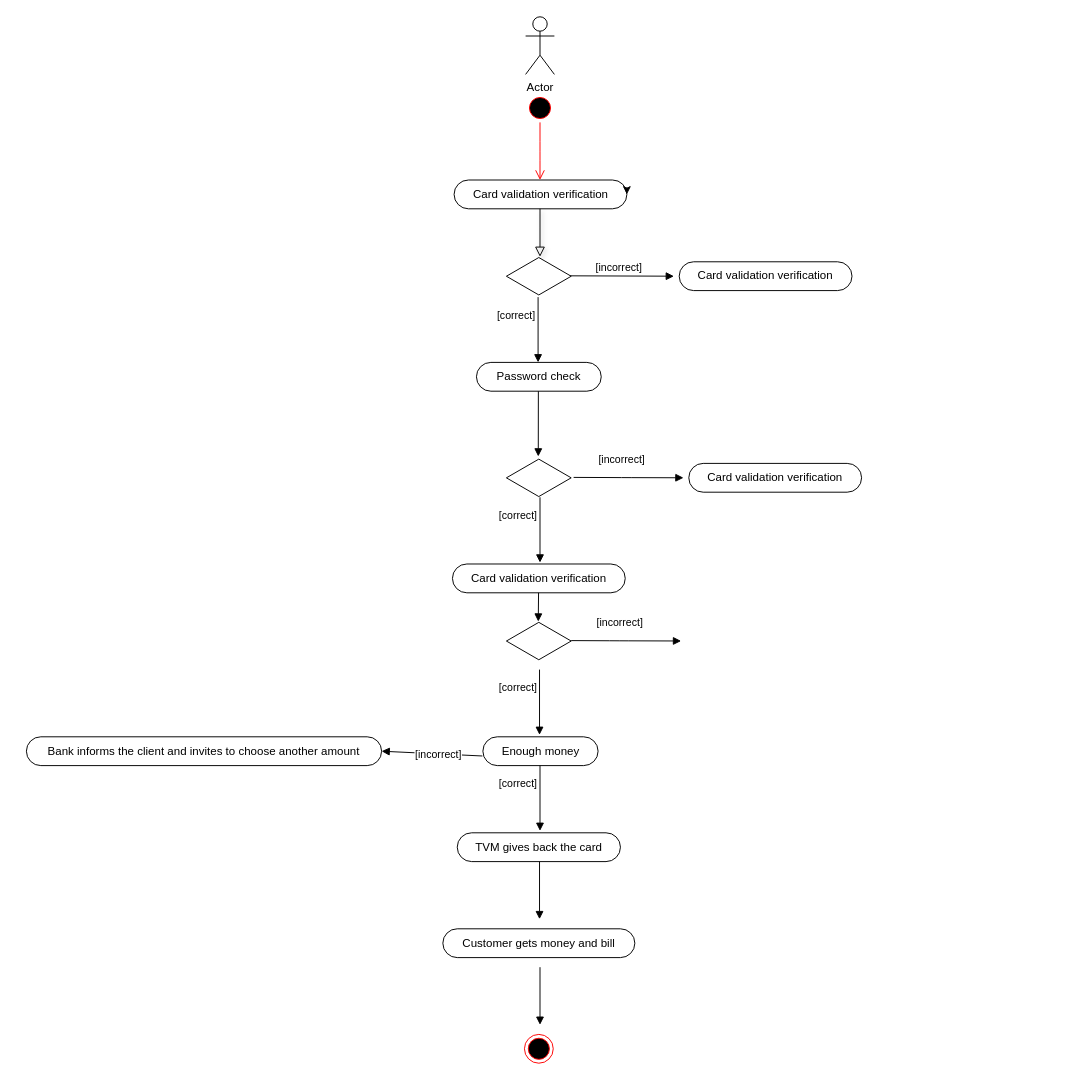
Earlier version of the draw.io diagram Untitled Diagram.drawio (IuliiaCOLUSSI/ALL). Source tidied: cells renumbered, new cells numbered last; positions are measured from the earlier drawing's top-left corner, leaving out a move shared by most shapes. Both pictures are drawn from the tidied source at 96%, with x=0, y=0 at pixel (26, 16).
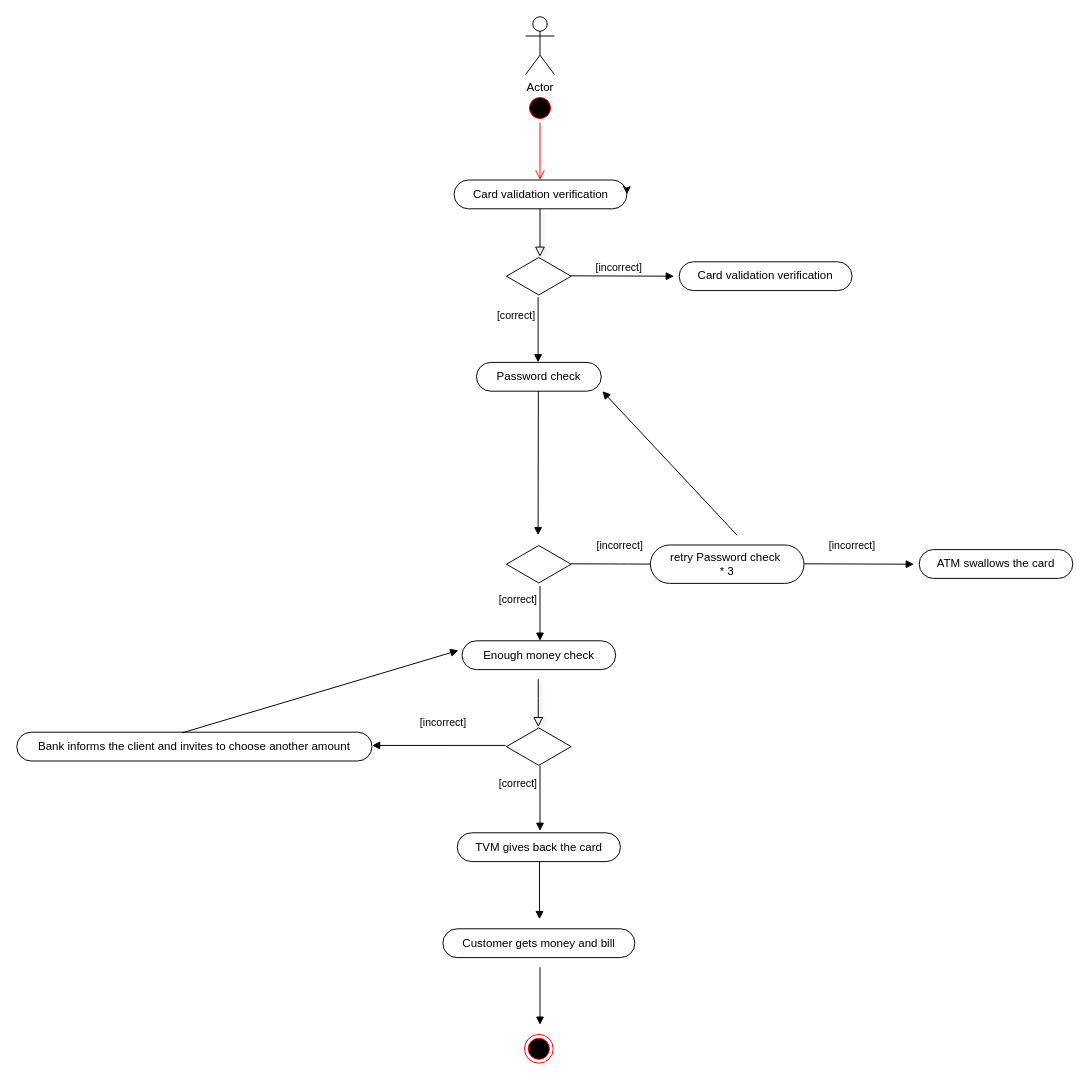
After the change.

Change to the diagram source:
```diff
@@
     <mxCell id="12" style="html=1;verticalAlign=bottom;endArrow=block;exitX=0.489;exitY=1.037;exitDx=0;exitDy=0;exitPerimeter=0;" parent="1" edge="1">
       <mxGeometry x="-0.18" y="-23" relative="1" as="geometry">
         <mxPoint x="533.3" y="390" as="sourcePoint" />
-        <mxPoint x="533.2" y="458" as="targetPoint" />
+        <mxPoint x="533" y="540" as="targetPoint" />
       </mxGeometry>
     </mxCell>
     <mxCell id="13" value="&lt;span style=&quot;color: rgb(0 , 0 , 0) ; font-family: &amp;#34;helvetica&amp;#34; ; font-size: 11px ; font-style: normal ; font-weight: 400 ; letter-spacing: normal ; text-align: center ; text-indent: 0px ; text-transform: none ; word-spacing: 0px ; background-color: rgb(255 , 255 , 255) ; display: inline ; float: none&quot;&gt;[incorrect]&lt;/span&gt;" style="html=1;verticalAlign=bottom;endArrow=block;" parent="1" edge="1">
       <mxGeometry x="-0.13" y="10" relative="1" as="geometry">
-        <mxPoint x="570" y="479.8" as="sourcePoint" />
-        <mxPoint x="684.5" y="480.2" as="targetPoint" />
+        <mxPoint x="567.5" y="569.8" as="sourcePoint" />
+        <mxPoint x="682" y="570.2" as="targetPoint" />
         <Array as="points">
-          <mxPoint x="620" y="480" />
+          <mxPoint x="617.5" y="570" />
         </Array>
       </mxGeometry>
     </mxCell>
     <mxCell id="14" style="html=1;whiteSpace=wrap;shape=isoRectangle;" parent="1" vertex="1">
-      <mxGeometry x="500" y="460" width="67.5" height="40.5" as="geometry" />
+      <mxGeometry x="500" y="550" width="67.5" height="40.5" as="geometry" />
     </mxCell>
-    <mxCell id="15" value="&lt;span style=&quot;color: rgb(0, 0, 0); font-family: helvetica; font-size: 11px; font-style: normal; font-weight: 400; letter-spacing: normal; text-align: center; text-indent: 0px; text-transform: none; word-spacing: 0px; background-color: rgb(255, 255, 255); display: inline; float: none;&quot;&gt;[correct]&lt;/span&gt;" style="html=1;verticalAlign=bottom;endArrow=block;exitX=0.489;exitY=1.037;exitDx=0;exitDy=0;exitPerimeter=0;" parent="1" edge="1">
-      <mxGeometry x="-0.18" y="-23" relative="1" as="geometry">
-        <mxPoint x="535" y="500.5" as="sourcePoint" />
-        <mxPoint x="535" y="568.5" as="targetPoint" />
-      </mxGeometry>
-    </mxCell>
@@
-    <mxCell id="17" value="Card validation verification" style="whiteSpace=wrap;html=1;rounded=1;arcSize=50;align=center;verticalAlign=middle;strokeWidth=1;spacing=4;newEdgeStyle={&quot;edgeStyle&quot;:&quot;entityRelationEdgeStyle&quot;,&quot;startArrow&quot;:&quot;none&quot;,&quot;endArrow&quot;:&quot;none&quot;,&quot;segment&quot;:10,&quot;curved&quot;:1};" parent="1" vertex="1">
-      <mxGeometry x="690" y="465.2" width="180" height="30" as="geometry" />
+    <mxCell id="17" value="retry Password check&amp;nbsp;&lt;br&gt;* 3" style="whiteSpace=wrap;html=1;rounded=1;arcSize=50;align=center;verticalAlign=middle;strokeWidth=1;spacing=4;newEdgeStyle={&quot;edgeStyle&quot;:&quot;entityRelationEdgeStyle&quot;,&quot;startArrow&quot;:&quot;none&quot;,&quot;endArrow&quot;:&quot;none&quot;,&quot;segment&quot;:10,&quot;curved&quot;:1};" parent="1" vertex="1">
+      <mxGeometry x="650" y="550.2" width="160" height="40" as="geometry" />
     </mxCell>
-    <mxCell id="18" value="Card validation verification" style="whiteSpace=wrap;html=1;rounded=1;arcSize=50;align=center;verticalAlign=middle;strokeWidth=1;spacing=4;newEdgeStyle={&quot;edgeStyle&quot;:&quot;entityRelationEdgeStyle&quot;,&quot;startArrow&quot;:&quot;none&quot;,&quot;endArrow&quot;:&quot;none&quot;,&quot;segment&quot;:10,&quot;curved&quot;:1};" parent="1" vertex="1">
-      <mxGeometry x="443.8" y="570" width="180" height="30" as="geometry" />
-    </mxCell>
-    <mxCell id="19" value="&lt;span style=&quot;color: rgb(0 , 0 , 0) ; font-family: &amp;#34;helvetica&amp;#34; ; font-size: 11px ; font-style: normal ; font-weight: 400 ; letter-spacing: normal ; text-align: center ; text-indent: 0px ; text-transform: none ; word-spacing: 0px ; background-color: rgb(255 , 255 , 255) ; display: inline ; float: none&quot;&gt;[incorrect]&lt;/span&gt;" style="html=1;verticalAlign=bottom;endArrow=block;" parent="1" edge="1">
-      <mxGeometry x="-0.13" y="10" relative="1" as="geometry">
-        <mxPoint x="567.5" y="649.8" as="sourcePoint" />
-        <mxPoint x="682" y="650.2" as="targetPoint" />
-        <Array as="points">
-          <mxPoint x="617.5" y="650" />
-        </Array>
-      </mxGeometry>
-    </mxCell>
-    <mxCell id="20" style="html=1;whiteSpace=wrap;shape=isoRectangle;" parent="1" vertex="1">
-      <mxGeometry x="500" y="630" width="67.5" height="40.5" as="geometry" />
-    </mxCell>
-    <mxCell id="21" value="&lt;span style=&quot;color: rgb(0, 0, 0); font-family: helvetica; font-size: 11px; font-style: normal; font-weight: 400; letter-spacing: normal; text-align: center; text-indent: 0px; text-transform: none; word-spacing: 0px; background-color: rgb(255, 255, 255); display: inline; float: none;&quot;&gt;[correct]&lt;/span&gt;" style="html=1;verticalAlign=bottom;endArrow=block;exitX=0.489;exitY=1.037;exitDx=0;exitDy=0;exitPerimeter=0;" parent="1" edge="1">
+    <mxCell id="21" value="&lt;span style=&quot;color: rgb(0, 0, 0); font-family: helvetica; font-size: 11px; font-style: normal; font-weight: 400; letter-spacing: normal; text-align: center; text-indent: 0px; text-transform: none; word-spacing: 0px; background-color: rgb(255, 255, 255); display: inline; float: none;&quot;&gt;[correct]&lt;/span&gt;" style="html=1;verticalAlign=bottom;endArrow=block;" parent="1" edge="1">
       <mxGeometry x="-0.18" y="-23" relative="1" as="geometry">
-        <mxPoint x="534.5" y="680" as="sourcePoint" />
-        <mxPoint x="534.5" y="748" as="targetPoint" />
+        <mxPoint x="535" y="593" as="sourcePoint" />
+        <mxPoint x="535" y="650" as="targetPoint" />
       </mxGeometry>
     </mxCell>
-    <mxCell id="22" style="html=1;verticalAlign=bottom;endArrow=block;exitX=0.489;exitY=1.037;exitDx=0;exitDy=0;exitPerimeter=0;" parent="1" edge="1">
-      <mxGeometry x="-0.18" y="-23" relative="1" as="geometry">
-        <mxPoint x="533.5" y="600" as="sourcePoint" />
-        <mxPoint x="533.2" y="630" as="targetPoint" />
-      </mxGeometry>
-    </mxCell>
-    <mxCell id="23" value="Enough money" style="whiteSpace=wrap;html=1;rounded=1;arcSize=50;align=center;verticalAlign=middle;strokeWidth=1;spacing=4;newEdgeStyle={&quot;edgeStyle&quot;:&quot;entityRelationEdgeStyle&quot;,&quot;startArrow&quot;:&quot;none&quot;,&quot;endArrow&quot;:&quot;none&quot;,&quot;segment&quot;:10,&quot;curved&quot;:1};" parent="1" vertex="1">
-      <mxGeometry x="475.5" y="750" width="120" height="30" as="geometry" />
+    <mxCell id="23" value="Enough money check" style="whiteSpace=wrap;html=1;rounded=1;arcSize=50;align=center;verticalAlign=middle;strokeWidth=1;spacing=4;newEdgeStyle={&quot;edgeStyle&quot;:&quot;entityRelationEdgeStyle&quot;,&quot;startArrow&quot;:&quot;none&quot;,&quot;endArrow&quot;:&quot;none&quot;,&quot;segment&quot;:10,&quot;curved&quot;:1};" parent="1" vertex="1">
+      <mxGeometry x="453.8" y="650" width="160" height="30" as="geometry" />
     </mxCell>
-    <mxCell id="24" value="&lt;span style=&quot;color: rgb(0 , 0 , 0) ; font-family: &amp;#34;helvetica&amp;#34; ; font-size: 11px ; font-style: normal ; font-weight: 400 ; letter-spacing: normal ; text-align: center ; text-indent: 0px ; text-transform: none ; word-spacing: 0px ; background-color: rgb(255 , 255 , 255) ; display: inline ; float: none&quot;&gt;[incorrect]&lt;/span&gt;" style="html=1;verticalAlign=bottom;endArrow=block;entryX=1;entryY=0.5;entryDx=0;entryDy=0;" parent="1" edge="1" target="29">
-      <mxGeometry x="-0.13" y="10" relative="1" as="geometry">
-        <mxPoint x="475" y="770" as="sourcePoint" />
+    <mxCell id="24" value="&lt;span style=&quot;color: rgb(0 , 0 , 0) ; font-family: &amp;#34;helvetica&amp;#34; ; font-size: 11px ; font-style: normal ; font-weight: 400 ; letter-spacing: normal ; text-align: center ; text-indent: 0px ; text-transform: none ; word-spacing: 0px ; background-color: rgb(255 , 255 , 255) ; display: inline ; float: none&quot;&gt;[incorrect]&lt;/span&gt;" style="html=1;verticalAlign=bottom;endArrow=block;exitX=-0.015;exitY=0.469;exitDx=0;exitDy=0;exitPerimeter=0;" parent="1" edge="1" source="34">
+      <mxGeometry x="-0.05" y="-15" relative="1" as="geometry">
+        <mxPoint x="360" y="759" as="targetPoint" />
+        <mxPoint x="1" as="offset" />
       </mxGeometry>
     </mxCell>
@@
     <mxCell id="29" value="Bank informs the client and invites to choose another amount" style="whiteSpace=wrap;html=1;rounded=1;arcSize=50;align=center;verticalAlign=middle;strokeWidth=1;spacing=4;newEdgeStyle={&quot;edgeStyle&quot;:&quot;entityRelationEdgeStyle&quot;,&quot;startArrow&quot;:&quot;none&quot;,&quot;endArrow&quot;:&quot;none&quot;,&quot;segment&quot;:10,&quot;curved&quot;:1};" parent="1" vertex="1">
-      <mxGeometry y="750" width="370" height="30" as="geometry" />
+      <mxGeometry x="-10" y="745.2" width="370" height="30" as="geometry" />
     </mxCell>
@@
+    <mxCell id="32" style="html=1;verticalAlign=bottom;endArrow=block;exitX=0.489;exitY=1.037;exitDx=0;exitDy=0;exitPerimeter=0;" parent="1" edge="1">
+      <mxGeometry x="-0.18" y="-23" relative="1" as="geometry">
+        <mxPoint x="740.3" y="540" as="sourcePoint" />
+        <mxPoint x="600" y="390" as="targetPoint" />
+      </mxGeometry>
+    </mxCell>
+    <mxCell id="19" value="&lt;span style=&quot;color: rgb(0 , 0 , 0) ; font-family: &amp;#34;helvetica&amp;#34; ; font-size: 11px ; font-style: normal ; font-weight: 400 ; letter-spacing: normal ; text-align: center ; text-indent: 0px ; text-transform: none ; word-spacing: 0px ; background-color: rgb(255 , 255 , 255) ; display: inline ; float: none&quot;&gt;[incorrect]&lt;/span&gt;" style="html=1;verticalAlign=bottom;endArrow=block;" parent="1" edge="1">
+      <mxGeometry x="-0.13" y="10" relative="1" as="geometry">
+        <mxPoint x="810" y="569.8" as="sourcePoint" />
+        <mxPoint x="924.5" y="570.2" as="targetPoint" />
+        <Array as="points">
+          <mxPoint x="860" y="570" />
+        </Array>
+      </mxGeometry>
+    </mxCell>
+    <mxCell id="33" value="ATM swallows the card" style="whiteSpace=wrap;html=1;rounded=1;arcSize=50;align=center;verticalAlign=middle;strokeWidth=1;spacing=4;newEdgeStyle={&quot;edgeStyle&quot;:&quot;entityRelationEdgeStyle&quot;,&quot;startArrow&quot;:&quot;none&quot;,&quot;endArrow&quot;:&quot;none&quot;,&quot;segment&quot;:10,&quot;curved&quot;:1};" parent="1" vertex="1">
+      <mxGeometry x="930" y="555" width="160" height="30" as="geometry" />
+    </mxCell>
+    <mxCell id="34" style="html=1;whiteSpace=wrap;shape=isoRectangle;" parent="1" vertex="1">
+      <mxGeometry x="500" y="740" width="67.5" height="40.5" as="geometry" />
+    </mxCell>
+    <mxCell id="35" style="rounded=0;html=1;jettySize=auto;orthogonalLoop=1;fontSize=11;endArrow=block;endFill=0;endSize=8;strokeWidth=1;shadow=1;labelBackgroundColor=none;edgeStyle=orthogonalEdgeStyle;" parent="1" edge="1">
+      <mxGeometry relative="1" as="geometry">
+        <mxPoint x="533.2" y="690" as="sourcePoint" />
+        <mxPoint x="533.2" y="740" as="targetPoint" />
+        <Array as="points">
+          <mxPoint x="533.2" y="710" />
+          <mxPoint x="533.2" y="710" />
+        </Array>
+      </mxGeometry>
+    </mxCell>
+    <mxCell id="36" style="html=1;verticalAlign=bottom;endArrow=block;exitX=0.465;exitY=0.025;exitDx=0;exitDy=0;exitPerimeter=0;" parent="1" edge="1" source="29">
+      <mxGeometry x="-0.18" y="-23" relative="1" as="geometry">
+        <mxPoint x="450" y="660" as="targetPoint" />
+      </mxGeometry>
+    </mxCell>
```
